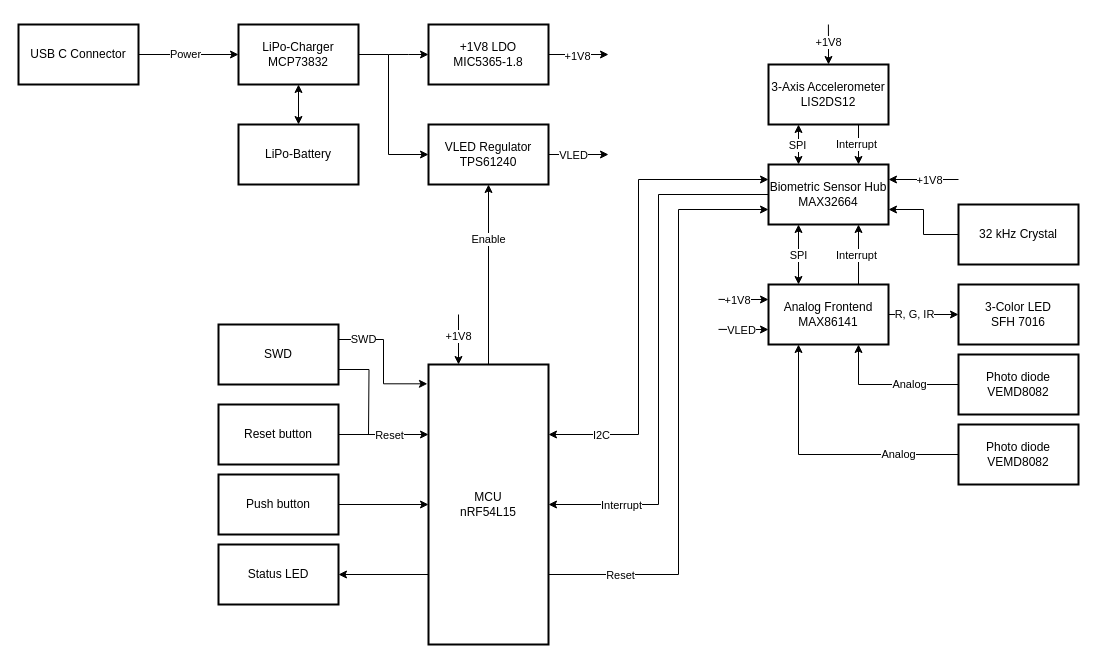
Above: docs/Drawings.drawio in ZSWatch/Heartrate-DevKit-HW (draw.io), before the change. Source tidied: cells renumbered, new cells numbered last; positions are measured from the earlier drawing's top-left corner, leaving out a move shared by most shapes. Both pictures are drawn from the tidied source at 100%, with x=0, y=0 at pixel (18, 24).
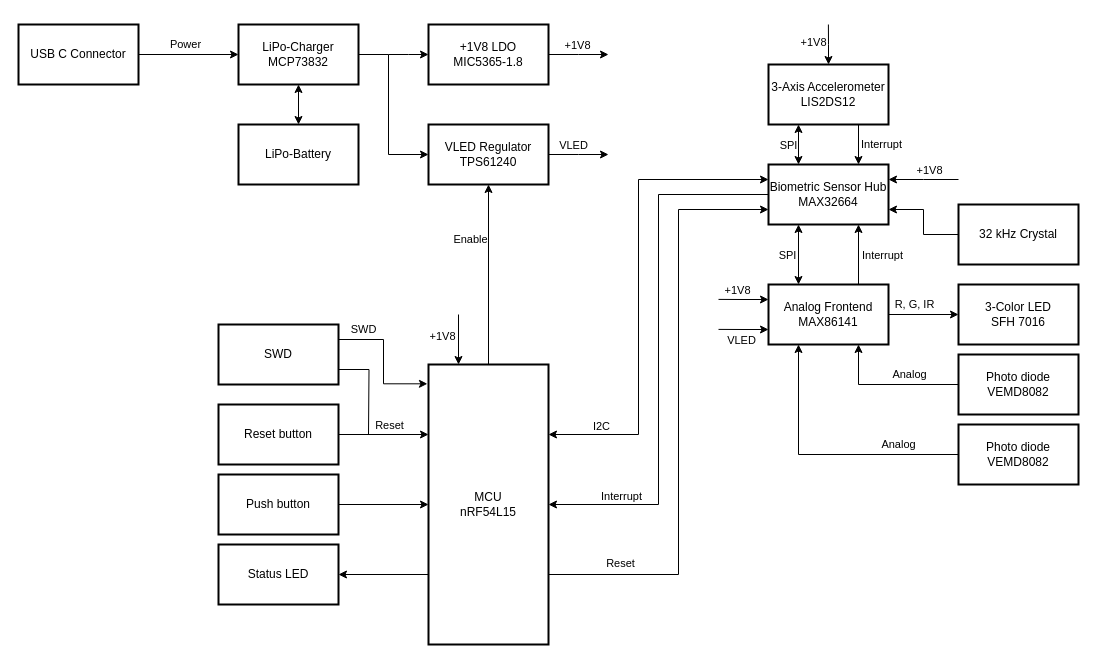
After the change.

Unchanged cells that the change refers to:
```xml
<mxCell id="2" style="edgeStyle=orthogonalEdgeStyle;rounded=0;jettySize=auto;html=1;" parent="1" edge="1" source="4" target="7">
  <mxGeometry relative="1" as="geometry" />
</mxCell>
<mxCell id="9" style="edgeStyle=orthogonalEdgeStyle;rounded=0;jettySize=auto;html=1;" parent="1" edge="1" source="11">
  <mxGeometry relative="1" as="geometry">
    <mxPoint x="590" y="130" as="targetPoint" />
  </mxGeometry>
</mxCell>
<mxCell id="13" style="edgeStyle=orthogonalEdgeStyle;rounded=0;jettySize=auto;html=1;" parent="1" edge="1" source="15">
  <mxGeometry relative="1" as="geometry">
    <mxPoint x="590" y="30" as="targetPoint" />
  </mxGeometry>
</mxCell>
<mxCell id="17" style="edgeStyle=orthogonalEdgeStyle;rounded=0;jettySize=auto;html=1;entryX=0.5;entryY=1;entryDx=0;entryDy=0;" parent="1" edge="1" source="21" target="11">
  <mxGeometry relative="1" as="geometry" />
</mxCell>
<mxCell id="19" style="edgeStyle=orthogonalEdgeStyle;rounded=0;jettySize=auto;html=1;exitX=0.25;exitY=0;exitDx=0;exitDy=0;startArrow=classic;startFill=1;endArrow=none;endFill=0;" parent="1" edge="1" source="21">
  <mxGeometry relative="1" as="geometry">
    <mxPoint x="440" y="290" as="targetPoint" />
  </mxGeometry>
</mxCell>
<mxCell id="22" style="edgeStyle=orthogonalEdgeStyle;rounded=0;jettySize=auto;html=1;entryX=0;entryY=0.25;entryDx=0;entryDy=0;" parent="1" edge="1" source="24" target="21">
  <mxGeometry relative="1" as="geometry" />
</mxCell>
<mxCell id="30" style="edgeStyle=orthogonalEdgeStyle;rounded=0;jettySize=auto;html=1;exitX=1;exitY=0.25;exitDx=0;exitDy=0;entryX=-0.009;entryY=0.069;entryDx=0;entryDy=0;entryPerimeter=0;" parent="1" edge="1" source="29" target="21">
  <mxGeometry relative="1" as="geometry" />
</mxCell>
<mxCell id="32" style="edgeStyle=orthogonalEdgeStyle;rounded=0;jettySize=auto;html=1;" parent="1" edge="1" source="42" target="43">
  <mxGeometry relative="1" as="geometry" />
</mxCell>
<mxCell id="34" style="edgeStyle=orthogonalEdgeStyle;rounded=0;jettySize=auto;html=1;exitX=0.25;exitY=0;exitDx=0;exitDy=0;entryX=0.25;entryY=1;entryDx=0;entryDy=0;startArrow=classic;startFill=1;" parent="1" edge="1" source="42" target="58">
  <mxGeometry relative="1" as="geometry" />
</mxCell>
<mxCell id="36" style="edgeStyle=orthogonalEdgeStyle;rounded=0;jettySize=auto;html=1;exitX=0.75;exitY=0;exitDx=0;exitDy=0;entryX=0.75;entryY=1;entryDx=0;entryDy=0;" parent="1" edge="1" source="42" target="58">
  <mxGeometry relative="1" as="geometry" />
</mxCell>
<mxCell id="38" style="edgeStyle=orthogonalEdgeStyle;rounded=0;jettySize=auto;html=1;exitX=0;exitY=0.75;exitDx=0;exitDy=0;startArrow=classic;startFill=1;endArrow=none;endFill=0;" parent="1" edge="1" source="42">
  <mxGeometry relative="1" as="geometry">
    <mxPoint x="700" y="304.9" as="targetPoint" />
  </mxGeometry>
</mxCell>
<mxCell id="40" style="edgeStyle=orthogonalEdgeStyle;rounded=0;jettySize=auto;html=1;exitX=0;exitY=0.25;exitDx=0;exitDy=0;startArrow=classic;startFill=1;endArrow=none;endFill=0;" parent="1" edge="1" source="42">
  <mxGeometry relative="1" as="geometry">
    <mxPoint x="700" y="274.9" as="targetPoint" />
  </mxGeometry>
</mxCell>
<mxCell id="44" style="edgeStyle=orthogonalEdgeStyle;rounded=0;jettySize=auto;html=1;entryX=0.75;entryY=1;entryDx=0;entryDy=0;" parent="1" edge="1" source="46" target="42">
  <mxGeometry relative="1" as="geometry" />
</mxCell>
<mxCell id="47" style="edgeStyle=orthogonalEdgeStyle;rounded=0;jettySize=auto;html=1;entryX=0.25;entryY=1;entryDx=0;entryDy=0;" parent="1" edge="1" source="49" target="42">
  <mxGeometry relative="1" as="geometry" />
</mxCell>
<mxCell id="50" style="edgeStyle=orthogonalEdgeStyle;rounded=0;jettySize=auto;html=1;exitX=0;exitY=0.5;exitDx=0;exitDy=0;entryX=1;entryY=0.5;entryDx=0;entryDy=0;" parent="1" edge="1" source="58" target="21">
  <mxGeometry relative="1" as="geometry">
    <Array as="points">
      <mxPoint x="640" y="170" />
      <mxPoint x="640" y="480" />
    </Array>
  </mxGeometry>
</mxCell>
<mxCell id="52" style="edgeStyle=orthogonalEdgeStyle;rounded=0;jettySize=auto;html=1;exitX=0;exitY=0.25;exitDx=0;exitDy=0;entryX=1;entryY=0.25;entryDx=0;entryDy=0;startArrow=classic;startFill=1;" parent="1" edge="1" source="58" target="21">
  <mxGeometry relative="1" as="geometry">
    <Array as="points">
      <mxPoint x="620" y="155" />
      <mxPoint x="620" y="410" />
    </Array>
  </mxGeometry>
</mxCell>
<mxCell id="54" style="edgeStyle=orthogonalEdgeStyle;rounded=0;jettySize=auto;html=1;entryX=1;entryY=0.75;entryDx=0;entryDy=0;startArrow=classic;startFill=1;endArrow=none;endFill=0;exitX=0;exitY=0.75;exitDx=0;exitDy=0;" parent="1" edge="1" source="58" target="21">
  <mxGeometry relative="1" as="geometry">
    <Array as="points">
      <mxPoint x="660" y="185" />
      <mxPoint x="660" y="550" />
    </Array>
  </mxGeometry>
</mxCell>
<mxCell id="56" style="edgeStyle=orthogonalEdgeStyle;rounded=0;jettySize=auto;html=1;exitX=1;exitY=0.25;exitDx=0;exitDy=0;startArrow=classic;startFill=1;endArrow=none;endFill=0;" parent="1" edge="1" source="58">
  <mxGeometry relative="1" as="geometry">
    <mxPoint x="940" y="155" as="targetPoint" />
  </mxGeometry>
</mxCell>
<mxCell id="59" style="edgeStyle=orthogonalEdgeStyle;rounded=0;jettySize=auto;html=1;exitX=0.25;exitY=1;exitDx=0;exitDy=0;entryX=0.25;entryY=0;entryDx=0;entryDy=0;startArrow=classic;startFill=1;" parent="1" edge="1" source="65" target="58">
  <mxGeometry relative="1" as="geometry" />
</mxCell>
<mxCell id="61" style="edgeStyle=orthogonalEdgeStyle;rounded=0;jettySize=auto;html=1;exitX=0.75;exitY=1;exitDx=0;exitDy=0;entryX=0.75;entryY=0;entryDx=0;entryDy=0;" parent="1" edge="1" source="65" target="58">
  <mxGeometry relative="1" as="geometry" />
</mxCell>
<mxCell id="63" style="edgeStyle=orthogonalEdgeStyle;rounded=0;jettySize=auto;html=1;exitX=0.5;exitY=0;exitDx=0;exitDy=0;startArrow=classic;startFill=1;endArrow=none;endFill=0;" parent="1" edge="1" source="65">
  <mxGeometry relative="1" as="geometry">
    <mxPoint x="809.9" as="targetPoint" />
  </mxGeometry>
</mxCell>
```

Change to the diagram source:
```diff
@@
-    <mxCell id="3" value="Power" style="edgeLabel;html=1;align=center;verticalAlign=middle;" parent="2" vertex="1">
-      <mxGeometry x="-0.08" y="1" relative="1" as="geometry" />
+    <mxCell id="3" value="Power" style="edgeLabel;html=1;align=center;verticalAlign=middle;labelBackgroundColor=none;" parent="2" vertex="1">
+      <mxGeometry x="-0.08" y="1" relative="1" as="geometry">
+        <mxPoint y="-10" as="offset" />
+      </mxGeometry>
     </mxCell>
@@
-    <mxCell id="10" value="VLED" style="edgeLabel;html=1;align=center;verticalAlign=middle;" parent="9" vertex="1">
-      <mxGeometry x="-0.2" relative="1" as="geometry" />
+    <mxCell id="10" value="VLED" style="edgeLabel;html=1;align=center;verticalAlign=middle;labelBackgroundColor=none;" parent="9" vertex="1">
+      <mxGeometry x="-0.2" relative="1" as="geometry">
+        <mxPoint y="-10" as="offset" />
+      </mxGeometry>
     </mxCell>
@@
-    <mxCell id="14" value="+1V8" style="edgeLabel;html=1;align=center;verticalAlign=middle;" parent="13" vertex="1">
-      <mxGeometry x="-0.07" y="-1" relative="1" as="geometry" />
+    <mxCell id="14" value="+1V8" style="edgeLabel;html=1;align=center;verticalAlign=middle;labelBackgroundColor=none;" parent="13" vertex="1">
+      <mxGeometry x="-0.07" y="-1" relative="1" as="geometry">
+        <mxPoint y="-11" as="offset" />
+      </mxGeometry>
     </mxCell>
@@
-    <mxCell id="18" value="Enable" style="edgeLabel;html=1;align=center;verticalAlign=middle;" parent="17" vertex="1">
-      <mxGeometry x="0.4" y="1" relative="1" as="geometry" />
+    <mxCell id="18" value="Enable" style="edgeLabel;html=1;align=center;verticalAlign=middle;labelBackgroundColor=none;" parent="17" vertex="1">
+      <mxGeometry x="0.4" y="1" relative="1" as="geometry">
+        <mxPoint x="-18" as="offset" />
+      </mxGeometry>
     </mxCell>
@@
-    <mxCell id="20" value="+1V8" style="edgeLabel;html=1;align=center;verticalAlign=middle;" parent="19" vertex="1">
-      <mxGeometry x="0.16" y="1" relative="1" as="geometry" />
+    <mxCell id="20" value="+1V8" style="edgeLabel;html=1;align=center;verticalAlign=middle;labelBackgroundColor=none;" parent="19" vertex="1">
+      <mxGeometry x="0.16" y="1" relative="1" as="geometry">
+        <mxPoint x="-16" as="offset" />
+      </mxGeometry>
     </mxCell>
@@
-    <mxCell id="23" value="Reset" style="edgeLabel;html=1;align=center;verticalAlign=middle;" parent="22" vertex="1">
+    <mxCell id="23" value="Reset" style="edgeLabel;html=1;align=center;verticalAlign=middle;labelBackgroundColor=none;" parent="22" vertex="1">
       <mxGeometry x="-0.03" relative="1" as="geometry">
-        <mxPoint x="6" as="offset" />
+        <mxPoint x="6" y="-10" as="offset" />
       </mxGeometry>
     </mxCell>
@@
-    <mxCell id="31" value="SWD" style="edgeLabel;html=1;align=center;verticalAlign=middle;" parent="30" vertex="1">
-      <mxGeometry x="-0.64" y="1" relative="1" as="geometry" />
+    <mxCell id="31" value="SWD" style="edgeLabel;html=1;align=center;verticalAlign=middle;labelBackgroundColor=none;" parent="30" vertex="1">
+      <mxGeometry x="-0.64" y="1" relative="1" as="geometry">
+        <mxPoint y="-10" as="offset" />
+      </mxGeometry>
     </mxCell>
@@
-    <mxCell id="33" value="R, G, IR" style="edgeLabel;html=1;align=center;verticalAlign=middle;" parent="32" vertex="1">
-      <mxGeometry x="-0.29" y="1" relative="1" as="geometry" />
+    <mxCell id="33" value="R, G, IR" style="edgeLabel;html=1;align=center;verticalAlign=middle;labelBackgroundColor=none;" parent="32" vertex="1">
+      <mxGeometry x="-0.29" y="1" relative="1" as="geometry">
+        <mxPoint y="-10" as="offset" />
+      </mxGeometry>
     </mxCell>
@@
-    <mxCell id="35" value="SPI" style="edgeLabel;html=1;align=center;verticalAlign=middle;" parent="34" vertex="1">
+    <mxCell id="35" value="SPI" style="edgeLabel;html=1;align=center;verticalAlign=middle;labelBackgroundColor=none;" parent="34" vertex="1">
       <mxGeometry x="0.24" y="1" relative="1" as="geometry">
-        <mxPoint y="7" as="offset" />
+        <mxPoint x="-11" y="7" as="offset" />
       </mxGeometry>
     </mxCell>
@@
-    <mxCell id="37" value="Interrupt" style="edgeLabel;html=1;align=center;verticalAlign=middle;" parent="36" vertex="1">
+    <mxCell id="37" value="Interrupt" style="edgeLabel;html=1;align=center;verticalAlign=middle;labelBackgroundColor=none;" parent="36" vertex="1">
       <mxGeometry x="0.17" y="3" relative="1" as="geometry">
-        <mxPoint y="5" as="offset" />
+        <mxPoint x="26" y="5" as="offset" />
       </mxGeometry>
     </mxCell>
@@
-    <mxCell id="39" value="VLED" style="edgeLabel;html=1;align=center;verticalAlign=middle;" parent="38" vertex="1">
-      <mxGeometry x="0.13" relative="1" as="geometry" />
+    <mxCell id="39" value="VLED" style="edgeLabel;html=1;align=center;verticalAlign=middle;labelBackgroundColor=none;" parent="38" vertex="1">
+      <mxGeometry x="0.13" relative="1" as="geometry">
+        <mxPoint y="10" as="offset" />
+      </mxGeometry>
     </mxCell>
@@
-    <mxCell id="41" value="+1V8" style="edgeLabel;html=1;align=center;verticalAlign=middle;" parent="40" vertex="1">
-      <mxGeometry x="0.25" relative="1" as="geometry" />
+    <mxCell id="41" value="+1V8" style="edgeLabel;html=1;align=center;verticalAlign=middle;labelBackgroundColor=none;" parent="40" vertex="1">
+      <mxGeometry x="0.25" relative="1" as="geometry">
+        <mxPoint y="-10" as="offset" />
+      </mxGeometry>
     </mxCell>
@@
-    <mxCell id="45" value="Analog" style="edgeLabel;html=1;align=center;verticalAlign=middle;" parent="44" vertex="1">
-      <mxGeometry x="-0.28" y="-1" relative="1" as="geometry" />
+    <mxCell id="45" value="Analog" style="edgeLabel;html=1;align=center;verticalAlign=middle;labelBackgroundColor=none;" parent="44" vertex="1">
+      <mxGeometry x="-0.28" y="-1" relative="1" as="geometry">
+        <mxPoint y="-10" as="offset" />
+      </mxGeometry>
     </mxCell>
@@
-    <mxCell id="48" value="Analog" style="edgeLabel;html=1;align=center;verticalAlign=middle;" parent="47" vertex="1">
-      <mxGeometry x="-0.55" y="-1" relative="1" as="geometry" />
+    <mxCell id="48" value="Analog" style="edgeLabel;html=1;align=center;verticalAlign=middle;labelBackgroundColor=none;" parent="47" vertex="1">
+      <mxGeometry x="-0.55" y="-1" relative="1" as="geometry">
+        <mxPoint y="-10" as="offset" />
+      </mxGeometry>
     </mxCell>
@@
-    <mxCell id="51" value="Interrupt" style="edgeLabel;html=1;align=center;verticalAlign=middle;" parent="50" vertex="1">
+    <mxCell id="51" value="Interrupt" style="edgeLabel;html=1;align=center;verticalAlign=middle;labelBackgroundColor=none;" parent="50" vertex="1">
       <mxGeometry x="0.59" y="1" relative="1" as="geometry">
-        <mxPoint x="-37" y="-1" as="offset" />
+        <mxPoint x="-37" y="-10" as="offset" />
       </mxGeometry>
     </mxCell>
@@
-    <mxCell id="53" value="I2C" style="edgeLabel;html=1;align=center;verticalAlign=middle;" parent="52" vertex="1">
+    <mxCell id="53" value="I2C" style="edgeLabel;html=1;align=center;verticalAlign=middle;labelBackgroundColor=none;" parent="52" vertex="1">
       <mxGeometry x="0.78" y="1" relative="1" as="geometry">
-        <mxPoint y="-1" as="offset" />
+        <mxPoint y="-10" as="offset" />
       </mxGeometry>
     </mxCell>
@@
-    <mxCell id="55" value="Reset" style="edgeLabel;html=1;align=center;verticalAlign=middle;" parent="54" vertex="1">
+    <mxCell id="55" value="Reset" style="edgeLabel;html=1;align=center;verticalAlign=middle;labelBackgroundColor=none;" parent="54" vertex="1">
       <mxGeometry x="0.56" y="-2" relative="1" as="geometry">
-        <mxPoint x="-58" y="2" as="offset" />
+        <mxPoint x="-58" y="-10" as="offset" />
       </mxGeometry>
     </mxCell>
@@
-    <mxCell id="57" value="+1V8" style="edgeLabel;html=1;align=center;verticalAlign=middle;" parent="56" vertex="1">
+    <mxCell id="57" value="+1V8" style="edgeLabel;html=1;align=center;verticalAlign=middle;labelBackgroundColor=none;" parent="56" vertex="1">
       <mxGeometry x="-0.03" relative="1" as="geometry">
-        <mxPoint x="6" as="offset" />
+        <mxPoint x="6" y="-10" as="offset" />
       </mxGeometry>
     </mxCell>
@@
-    <mxCell id="60" value="SPI" style="edgeLabel;html=1;align=center;verticalAlign=middle;" parent="59" vertex="1">
-      <mxGeometry y="-2" relative="1" as="geometry" />
+    <mxCell id="60" value="SPI" style="edgeLabel;html=1;align=center;verticalAlign=middle;labelBackgroundColor=none;" parent="59" vertex="1">
+      <mxGeometry y="-2" relative="1" as="geometry">
+        <mxPoint x="-9" as="offset" />
+      </mxGeometry>
     </mxCell>
@@
-    <mxCell id="62" value="Interrupt" style="edgeLabel;html=1;align=center;verticalAlign=middle;" parent="61" vertex="1">
-      <mxGeometry x="-0.04" y="-3" relative="1" as="geometry" />
+    <mxCell id="62" value="Interrupt" style="edgeLabel;html=1;align=center;verticalAlign=middle;labelBackgroundColor=none;" parent="61" vertex="1">
+      <mxGeometry x="-0.04" y="-3" relative="1" as="geometry">
+        <mxPoint x="25" as="offset" />
+      </mxGeometry>
     </mxCell>
@@
-    <mxCell id="64" value="+1V8" style="edgeLabel;html=1;align=center;verticalAlign=middle;" parent="63" vertex="1">
-      <mxGeometry x="0.13" y="1" relative="1" as="geometry" />
+    <mxCell id="64" value="+1V8" style="edgeLabel;html=1;align=center;verticalAlign=middle;labelBackgroundColor=none;" parent="63" vertex="1">
+      <mxGeometry x="0.13" y="1" relative="1" as="geometry">
+        <mxPoint x="-15" as="offset" />
+      </mxGeometry>
     </mxCell>
```
